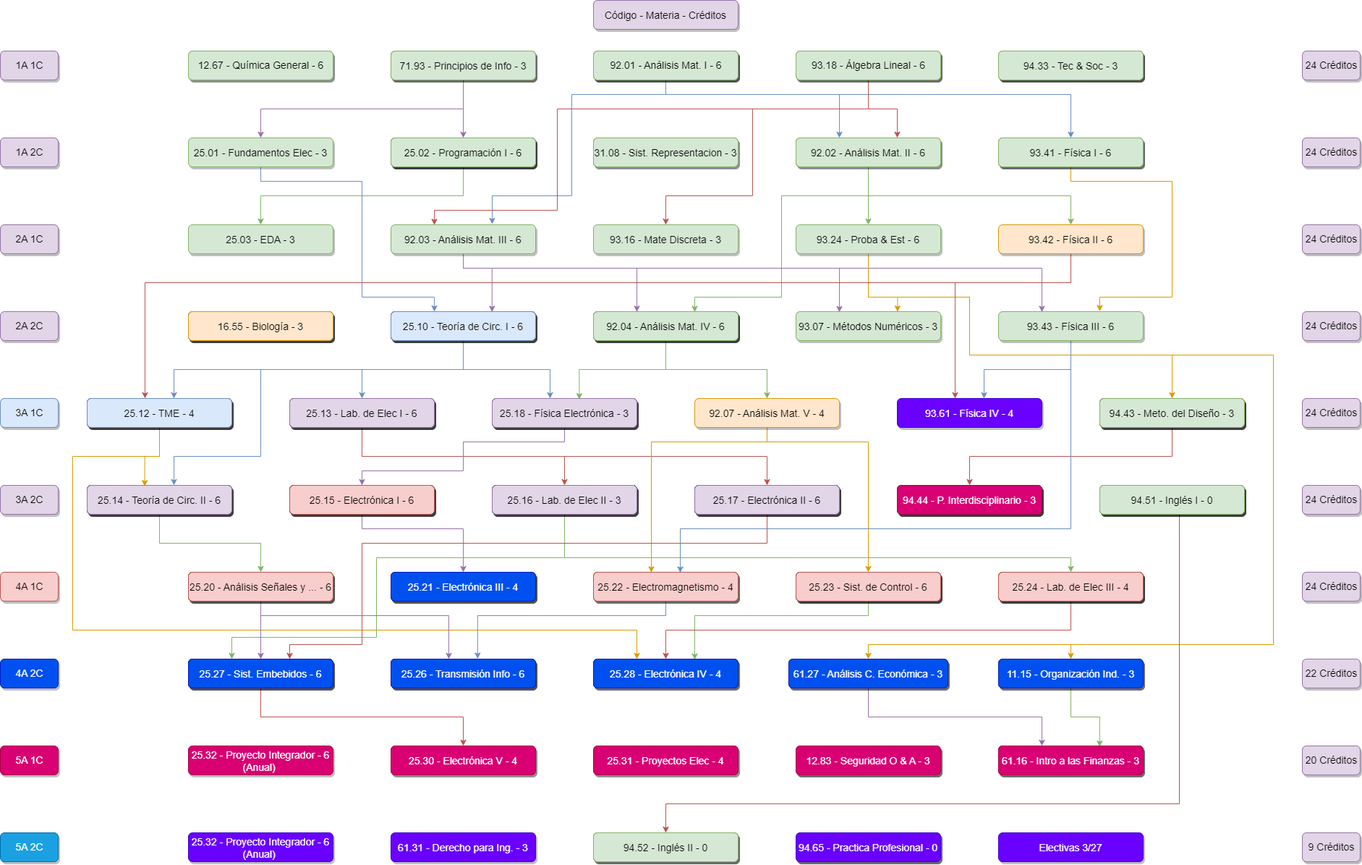
juanipla/K22 keeps this draw.io diagram as K22.drawio.png. Above is the earlier version. Source tidied: cells renumbered, new cells last; positions are measured from the earlier drawing's top-left corner, leaving out a move shared by most shapes.
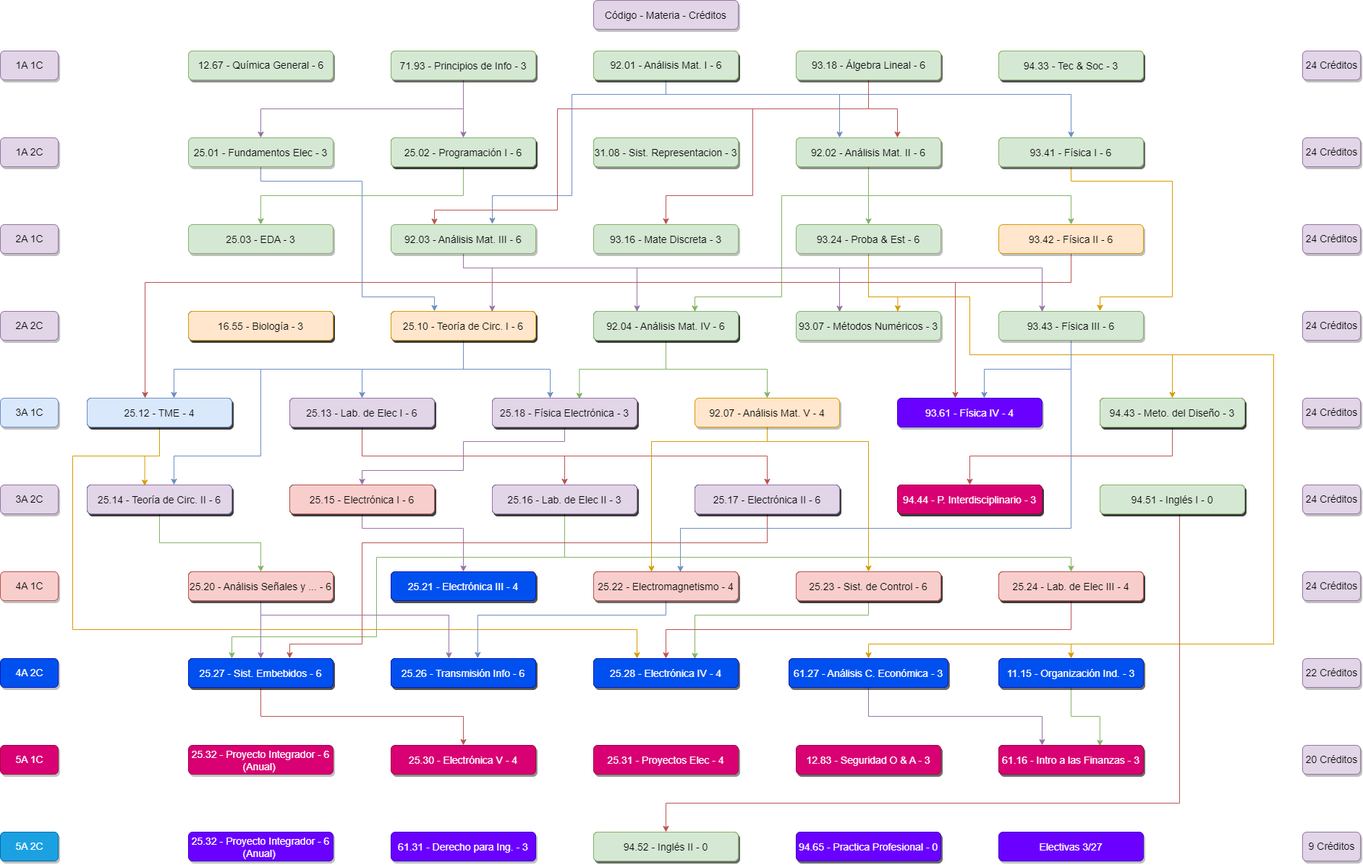
After the commit.

The edit, as a diff of the source:
```diff
@@ -856,7 +856,7 @@
     <mxCell id="195" value="16.55 - Biología - 3" style="rounded=1;fillColor=#ffe6cc;strokeColor=#d79b00;shadow=1;fontStyle=0;fontSize=14;labelBorderColor=none;labelBackgroundColor=none;" parent="1" vertex="1">
       <mxGeometry x="260" y="430" width="200" height="40" as="geometry" />
     </mxCell>
-    <mxCell id="196" value="25.10 - Teoría de Circ. I - 6" style="rounded=1;fillColor=#dae8fc;strokeColor=#6c8ebf;shadow=1;fontStyle=0;fontSize=14;labelBorderColor=none;labelBackgroundColor=none;" parent="1" vertex="1">
+    <mxCell id="196" value="25.10 - Teoría de Circ. I - 6" style="rounded=1;fillColor=#ffe6cc;strokeColor=#d79b00;shadow=1;fontStyle=0;fontSize=14;labelBorderColor=none;labelBackgroundColor=none;" parent="1" vertex="1">
       <mxGeometry x="540" y="430" width="200" height="40" as="geometry" />
     </mxCell>
     <mxCell id="197" value="92.04 - Análisis Mat. IV - 6" style="rounded=1;fillColor=#d5e8d4;strokeColor=#82b366;shadow=1;fontStyle=0;fontSize=14;labelBorderColor=none;labelBackgroundColor=none;verticalAlign=middle;" parent="1" vertex="1">
```
